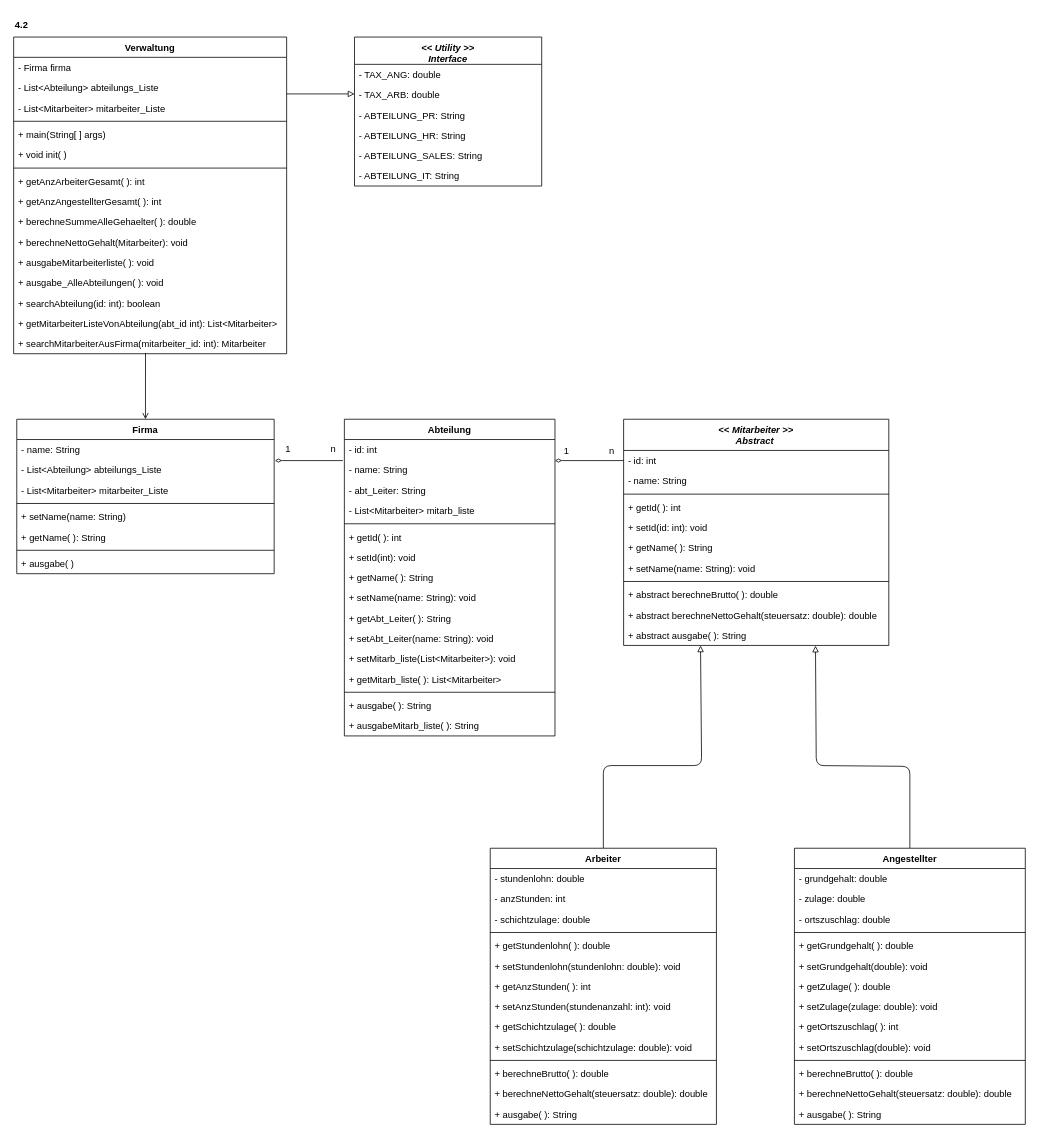
Earlier version of the draw.io diagram FirmaV4_2_ClassDiagram.drawio (mbalabanov/ClassDiagramFirmaV4_1). Source tidied: cells renumbered, new cells numbered last; positions are measured from the earlier drawing's top-left corner, leaving out a move shared by most shapes. Both pictures are drawn from the tidied source at 78%, with x=0, y=0 at pixel (13, 13).
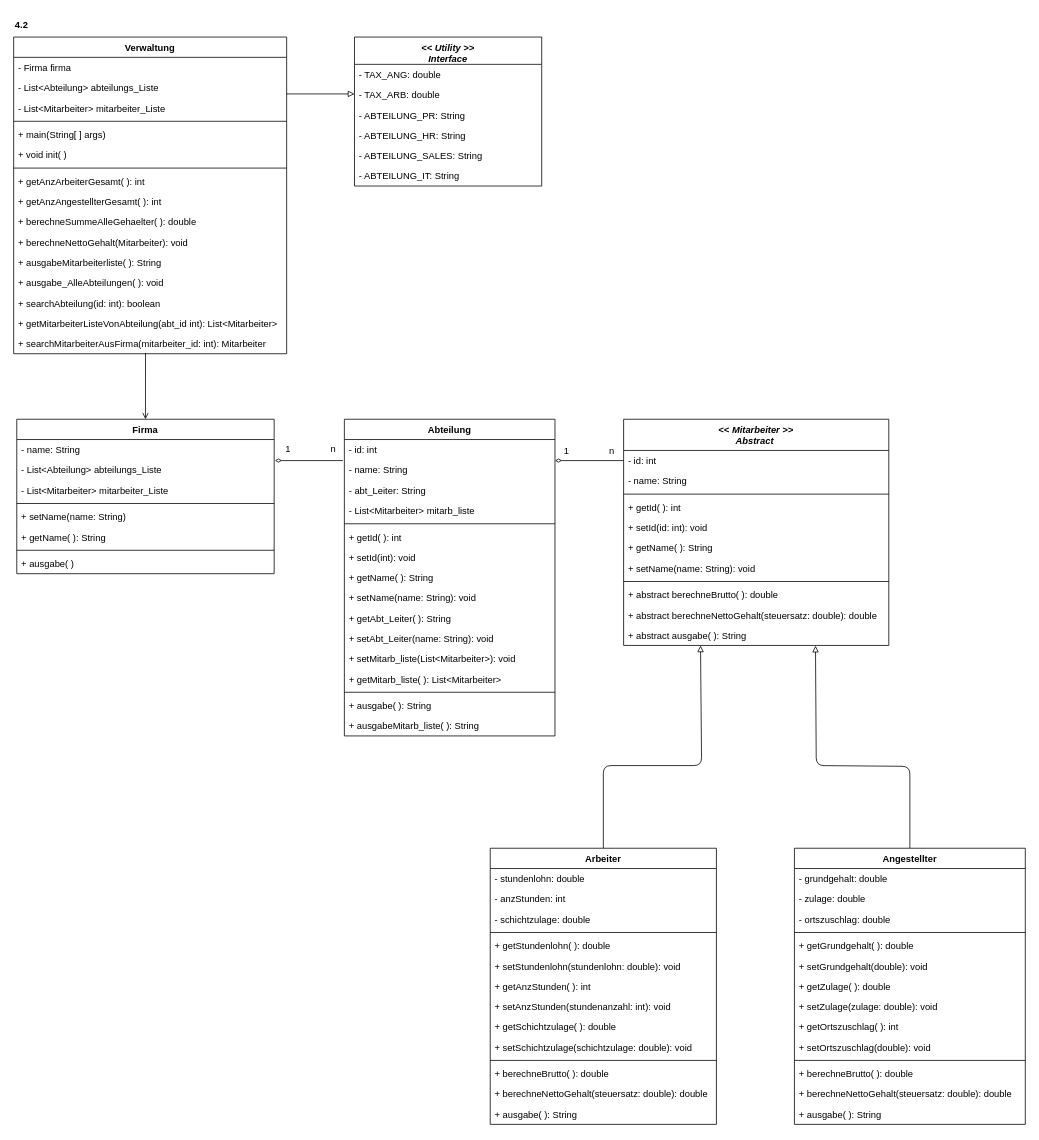
The same diagram, later.

Commit message (it also covers changes not shown here):
Updates UML class diagrams

Unchanged cells that the change refers to:
```xml
<mxCell id="47" value="Verwaltung" style="swimlane;fontStyle=1;align=center;verticalAlign=top;horizontal=1;startSize=26;" parent="1" vertex="1">
  <mxGeometry y="30" width="350" height="406" as="geometry" />
</mxCell>
```

Diff of the diagram source:
```diff
@@
-    <mxCell id="59" value="+ ausgabeMitarbeiterliste( ): void" style="text;strokeColor=none;fillColor=none;align=left;verticalAlign=top;spacingLeft=4;spacingRight=4;overflow=hidden;" parent="47" vertex="1">
+    <mxCell id="59" value="+ ausgabeMitarbeiterliste( ): String" style="text;strokeColor=none;fillColor=none;align=left;verticalAlign=top;spacingLeft=4;spacingRight=4;overflow=hidden;" parent="47" vertex="1">
       <mxGeometry y="276" width="350" height="26" as="geometry" />
     </mxCell>
```
